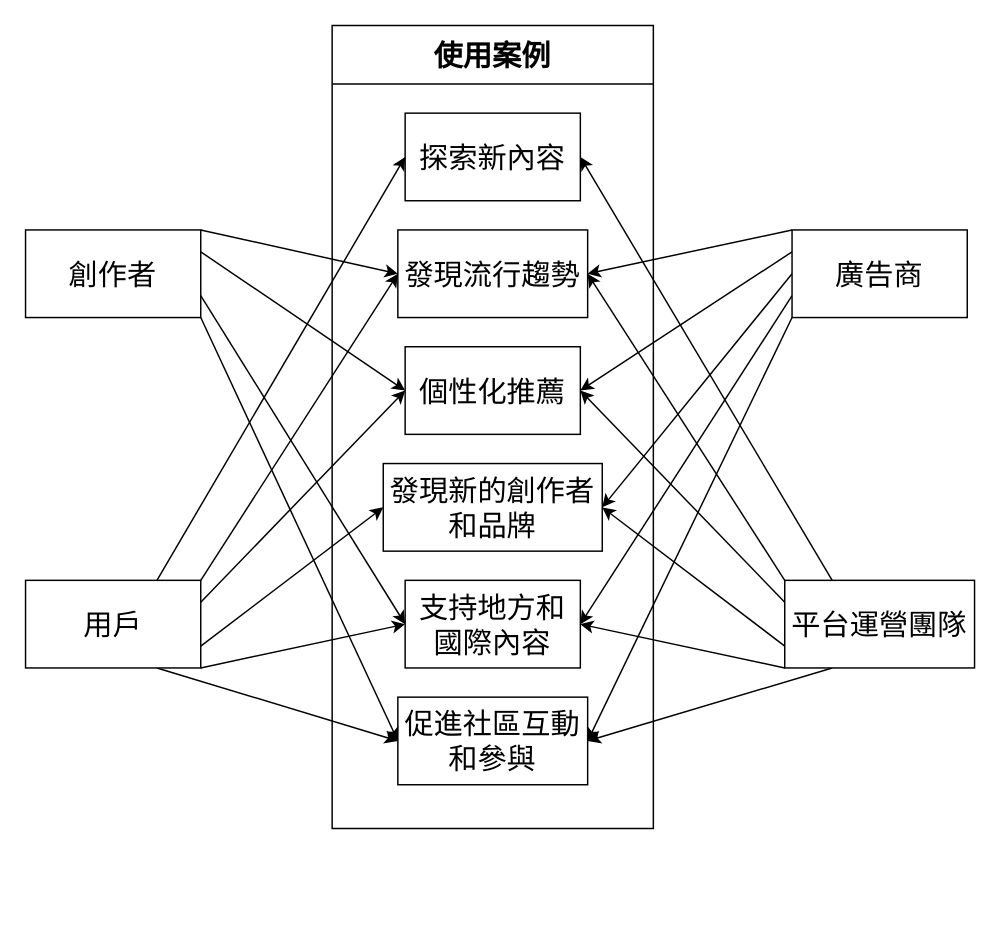
Before: serch.drawio in jeffwei0/1122_Final-project, a draw.io diagram. Source tidied: cells renumbered, new cells numbered last; positions are measured from the earlier drawing's top-left corner, leaving out a move shared by most shapes. Both pictures are drawn from the tidied source at 146%, with x=0, y=0 at pixel (25, 25).
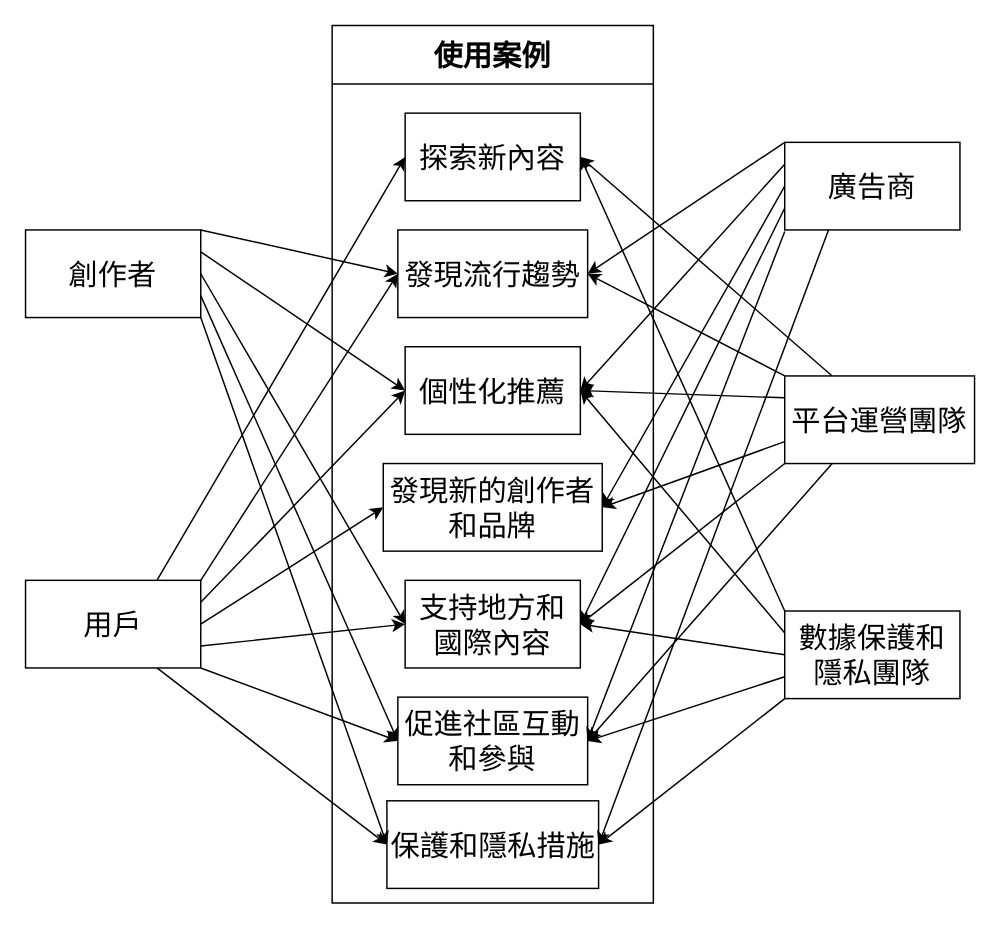
The same diagram, later.

Unchanged cells that the change refers to:
```xml
<mxCell id="3" value="探索新內容" style="rounded=0;whiteSpace=wrap;html=1;fontSize=20;" parent="2" vertex="1">
  <mxGeometry x="50" y="60" width="120" height="60" as="geometry" />
</mxCell>
<mxCell id="5" value="個性化推薦" style="rounded=0;whiteSpace=wrap;html=1;fontSize=20;" parent="2" vertex="1">
  <mxGeometry x="50" y="220" width="120" height="60" as="geometry" />
</mxCell>
<mxCell id="6" value="發現新的創作者和品牌" style="rounded=0;whiteSpace=wrap;html=1;fontSize=20;" parent="2" vertex="1">
  <mxGeometry x="35" y="300" width="150" height="60" as="geometry" />
</mxCell>
<mxCell id="7" value="支持地方和國際內容" style="rounded=0;whiteSpace=wrap;html=1;fontSize=20;" parent="2" vertex="1">
  <mxGeometry x="50" y="380" width="120" height="60" as="geometry" />
</mxCell>
<mxCell id="8" value="促進社區互動和參與" style="rounded=0;whiteSpace=wrap;html=1;fontSize=20;" parent="2" vertex="1">
  <mxGeometry x="45" y="460" width="130" height="60" as="geometry" />
</mxCell>
<mxCell id="15" value="用戶" style="rounded=0;whiteSpace=wrap;html=1;fontSize=20;" parent="1" vertex="1">
  <mxGeometry y="380" width="120" height="60" as="geometry" />
</mxCell>
<mxCell id="20" value="創作者" style="rounded=0;whiteSpace=wrap;html=1;fontSize=20;" parent="1" vertex="1">
  <mxGeometry y="140" width="120" height="60" as="geometry" />
</mxCell>
```

Change to the diagram source:
```diff
@@
     <mxCell id="2" value="&lt;span style=&quot;font-size: 20px;&quot;&gt;使用案例&lt;/span&gt;" style="swimlane;whiteSpace=wrap;html=1;startSize=40;" parent="1" vertex="1">
-      <mxGeometry x="210" width="220" height="550" as="geometry" />
+      <mxGeometry x="210" width="220" height="601" as="geometry" />
     </mxCell>
@@
+    <mxCell id="34" value="保護和隱私措施" style="rounded=0;whiteSpace=wrap;html=1;fontSize=20;" parent="2" vertex="1">
+      <mxGeometry x="37.5" y="531" width="145" height="60" as="geometry" />
+    </mxCell>
@@
-    <mxCell id="12" style="edgeStyle=none;html=1;exitX=1;exitY=0.75;exitDx=0;exitDy=0;entryX=0;entryY=0.5;entryDx=0;entryDy=0;fontSize=20;" parent="1" edge="1" source="15" target="6">
+    <mxCell id="12" style="edgeStyle=none;html=1;exitX=1;exitY=0.5;exitDx=0;exitDy=0;entryX=0;entryY=0.5;entryDx=0;entryDy=0;fontSize=20;" parent="1" edge="1" source="15" target="6">
       <mxGeometry relative="1" as="geometry" />
     </mxCell>
-    <mxCell id="13" style="edgeStyle=none;html=1;exitX=1;exitY=1;exitDx=0;exitDy=0;entryX=0;entryY=0.5;entryDx=0;entryDy=0;fontSize=20;" parent="1" edge="1" source="15" target="7">
+    <mxCell id="13" style="edgeStyle=none;html=1;exitX=1;exitY=0.75;exitDx=0;exitDy=0;entryX=0;entryY=0.5;entryDx=0;entryDy=0;fontSize=20;" parent="1" edge="1" source="15" target="7">
       <mxGeometry relative="1" as="geometry" />
     </mxCell>
-    <mxCell id="14" style="edgeStyle=none;html=1;exitX=0.75;exitY=1;exitDx=0;exitDy=0;entryX=0;entryY=0.5;entryDx=0;entryDy=0;fontSize=20;" parent="1" edge="1" source="15" target="8">
+    <mxCell id="14" style="edgeStyle=none;html=1;exitX=1;exitY=1;exitDx=0;exitDy=0;entryX=0;entryY=0.5;entryDx=0;entryDy=0;fontSize=20;" parent="1" edge="1" source="15" target="8">
       <mxGeometry relative="1" as="geometry" />
     </mxCell>
+    <mxCell id="35" style="edgeStyle=none;html=1;exitX=0.75;exitY=1;exitDx=0;exitDy=0;entryX=0;entryY=0.5;entryDx=0;entryDy=0;" parent="1" edge="1" source="15" target="34">
+      <mxGeometry relative="1" as="geometry" />
+    </mxCell>
@@
-    <mxCell id="18" style="edgeStyle=none;html=1;exitX=1;exitY=0.75;exitDx=0;exitDy=0;entryX=0;entryY=0.5;entryDx=0;entryDy=0;fontSize=20;" parent="1" edge="1" source="20" target="7">
+    <mxCell id="18" style="edgeStyle=none;html=1;exitX=1;exitY=0.5;exitDx=0;exitDy=0;entryX=0;entryY=0.5;entryDx=0;entryDy=0;fontSize=20;" parent="1" edge="1" source="20" target="7">
       <mxGeometry relative="1" as="geometry" />
     </mxCell>
-    <mxCell id="19" style="edgeStyle=none;html=1;exitX=1;exitY=1;exitDx=0;exitDy=0;entryX=0;entryY=0.5;entryDx=0;entryDy=0;fontSize=20;" parent="1" edge="1" source="20" target="8">
+    <mxCell id="19" style="edgeStyle=none;html=1;exitX=1;exitY=0.75;exitDx=0;exitDy=0;entryX=0;entryY=0.5;entryDx=0;entryDy=0;fontSize=20;" parent="1" edge="1" source="20" target="8">
       <mxGeometry relative="1" as="geometry" />
     </mxCell>
+    <mxCell id="36" style="edgeStyle=none;html=1;exitX=1;exitY=1;exitDx=0;exitDy=0;entryX=0;entryY=0.5;entryDx=0;entryDy=0;" parent="1" edge="1" source="20" target="34">
+      <mxGeometry relative="1" as="geometry" />
+    </mxCell>
@@
-    <mxCell id="24" style="edgeStyle=none;html=1;exitX=0;exitY=1;exitDx=0;exitDy=0;entryX=1;entryY=0.5;entryDx=0;entryDy=0;fontSize=20;" parent="1" edge="1" source="26" target="8">
-      <mxGeometry relative="1" as="geometry" />
+    <mxCell id="24" style="edgeStyle=none;html=1;entryX=1;entryY=0.5;entryDx=0;entryDy=0;fontSize=20;" parent="1" edge="1" target="8">
+      <mxGeometry relative="1" as="geometry">
+        <mxPoint x="520" y="141" as="sourcePoint" />
+      </mxGeometry>
     </mxCell>
@@
+    <mxCell id="37" style="edgeStyle=none;html=1;exitX=0.25;exitY=1;exitDx=0;exitDy=0;entryX=1;entryY=0.5;entryDx=0;entryDy=0;" parent="1" edge="1" source="26" target="34">
+      <mxGeometry relative="1" as="geometry" />
+    </mxCell>
     <mxCell id="26" value="廣告商" style="rounded=0;whiteSpace=wrap;html=1;fontSize=20;" parent="1" vertex="1">
-      <mxGeometry x="525" y="140" width="120" height="60" as="geometry" />
+      <mxGeometry x="520" y="80" width="120" height="60" as="geometry" />
     </mxCell>
@@
     <mxCell id="33" value="平台運營團隊" style="rounded=0;whiteSpace=wrap;html=1;fontSize=20;" parent="1" vertex="1">
-      <mxGeometry x="520" y="380" width="130" height="60" as="geometry" />
+      <mxGeometry x="520" y="240" width="130" height="60" as="geometry" />
     </mxCell>
+    <mxCell id="38" style="edgeStyle=none;html=1;exitX=0;exitY=0;exitDx=0;exitDy=0;entryX=1;entryY=0.5;entryDx=0;entryDy=0;" parent="1" edge="1" source="43" target="3">
+      <mxGeometry relative="1" as="geometry" />
+    </mxCell>
+    <mxCell id="39" style="edgeStyle=none;html=1;exitX=0;exitY=0.25;exitDx=0;exitDy=0;entryX=1;entryY=0.5;entryDx=0;entryDy=0;" parent="1" edge="1" source="43" target="5">
+      <mxGeometry relative="1" as="geometry" />
+    </mxCell>
+    <mxCell id="40" style="edgeStyle=none;html=1;exitX=0;exitY=0.5;exitDx=0;exitDy=0;entryX=1;entryY=0.5;entryDx=0;entryDy=0;" parent="1" edge="1" source="43" target="7">
+      <mxGeometry relative="1" as="geometry" />
+    </mxCell>
+    <mxCell id="41" style="edgeStyle=none;html=1;exitX=0;exitY=0.75;exitDx=0;exitDy=0;entryX=1;entryY=0.5;entryDx=0;entryDy=0;" parent="1" edge="1" source="43" target="8">
+      <mxGeometry relative="1" as="geometry" />
+    </mxCell>
+    <mxCell id="42" style="edgeStyle=none;html=1;exitX=0;exitY=1;exitDx=0;exitDy=0;entryX=1;entryY=0.5;entryDx=0;entryDy=0;" parent="1" edge="1" source="43" target="34">
+      <mxGeometry relative="1" as="geometry" />
+    </mxCell>
+    <mxCell id="43" value="數據保護和隱私團隊" style="rounded=0;whiteSpace=wrap;html=1;fontSize=20;" parent="1" vertex="1">
+      <mxGeometry x="520" y="401" width="120" height="60" as="geometry" />
+    </mxCell>
```
